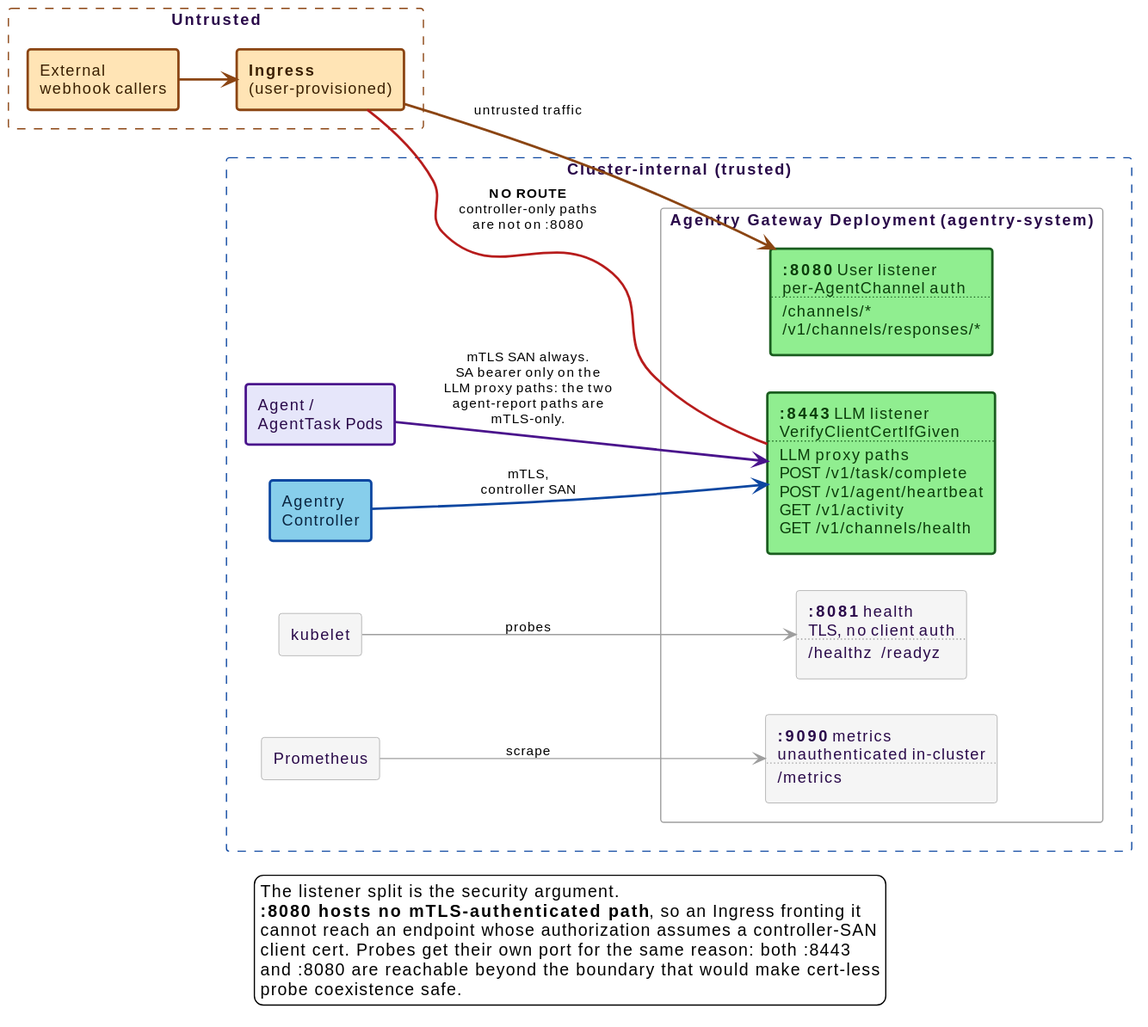
win07xp/kaalm keeps this PlantUML diagram as docs/src/diagrams/gateway-listener-ports.svg. Above is the earlier version. Source of this version:
```plantuml
@startuml
!include _style.puml
left to right direction

rectangle "**Untrusted**" as untrusted #line:8B4513;line.dashed {
  rectangle "External\nwebhook callers" as ext #back:FFE4B5;line:8B4513;line.bold;text:3a1f00
  rectangle "**Ingress**\n(user-provisioned)" as ing #back:FFE4B5;line:8B4513;line.bold;text:3a1f00
}

rectangle "**Cluster-internal (trusted)**" as trusted #line:0D47A1;line.dashed {

  rectangle "Agent /\nAgentTask Pods" as pods #back:E6E6FA;line:4A148C;line.bold;text:2a0a4a
  rectangle "Agentry\nController" as ctrl #back:87CEEB;line:0D47A1;line.bold;text:0a2540
  rectangle "kubelet" as kubelet #back:F5F5F5;line:9E9E9E;text:2a0a4a
  rectangle "Prometheus" as prom #back:F5F5F5;line:9E9E9E;text:2a0a4a

  rectangle "**Agentry Gateway Deployment** (agentry-system)" as gw {
    rectangle "**:8443** LLM listener\nVerifyClientCertIfGiven\n....\nLLM proxy paths\nPOST /v1/task/complete\nPOST /v1/agent/heartbeat\nGET /v1/activity\nGET /v1/channels/health" as p8443 #back:90EE90;line:1B5E20;line.bold;text:0b3d0b
    rectangle "**:8080** User listener\nper-AgentChannel auth\n....\n/channels/*\n/v1/channels/responses/*" as p8080 #back:90EE90;line:1B5E20;line.bold;text:0b3d0b
    rectangle "**:8081** health\nTLS, no client auth\n....\n/healthz  /readyz" as p8081 #back:F5F5F5;line:9E9E9E;text:2a0a4a
    rectangle "**:9090** metrics\nunauthenticated in-cluster\n....\n/metrics" as p9090 #back:F5F5F5;line:9E9E9E;text:2a0a4a
  }
}

ext -[#8B4513,bold]-> ing
ing -[#8B4513,bold]-> p8080 : untrusted traffic
pods -[#4A148C,bold]-> p8443 : mTLS SAN always.\nSA bearer only on the\nLLM proxy paths: the two\nagent-report paths are\nmTLS-only.
ctrl -[#0D47A1,bold]-> p8443 : mTLS,\ncontroller SAN
kubelet -[#9E9E9E]-> p8081 : probes
prom -[#9E9E9E]-> p9090 : scrape

ing .[#B71C1C,bold]. p8443 : **NO ROUTE**\ncontroller-only paths\nare not on :8080

legend bottom
  The listener split is the security argument.
  **:8080 hosts no mTLS-authenticated path**, so an Ingress fronting it
  cannot reach an endpoint whose authorization assumes a controller-SAN
  client cert. Probes get their own port for the same reason: both :8443
  and :8080 are reachable beyond the boundary that would make cert-less
  probe coexistence safe.
endlegend
@enduml
```
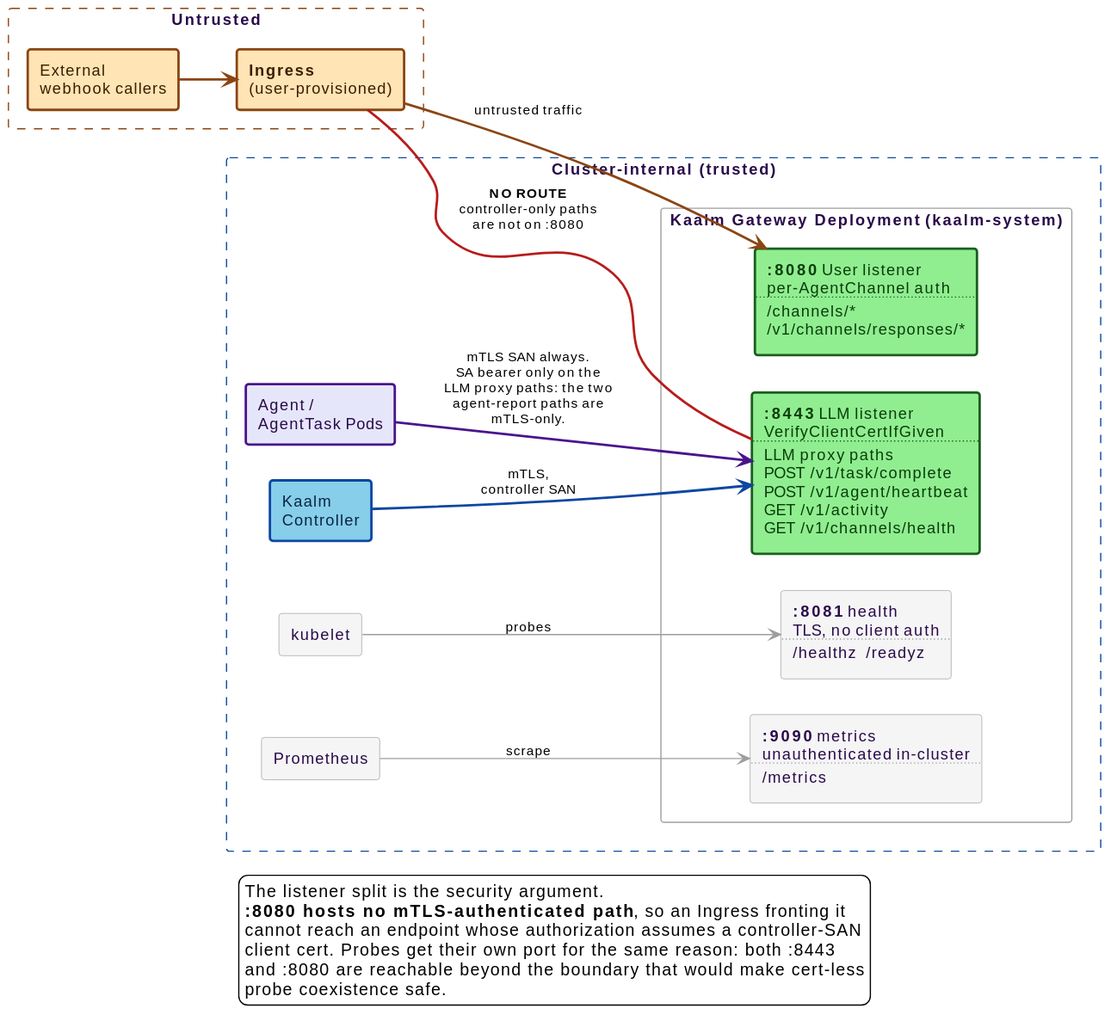
Above is the later version.

Diff of the diagram source:
```diff
@@ -10,11 +10,11 @@
 rectangle "**Cluster-internal (trusted)**" as trusted #line:0D47A1;line.dashed {
 
   rectangle "Agent /\nAgentTask Pods" as pods #back:E6E6FA;line:4A148C;line.bold;text:2a0a4a
-  rectangle "Agentry\nController" as ctrl #back:87CEEB;line:0D47A1;line.bold;text:0a2540
+  rectangle "Kaalm\nController" as ctrl #back:87CEEB;line:0D47A1;line.bold;text:0a2540
   rectangle "kubelet" as kubelet #back:F5F5F5;line:9E9E9E;text:2a0a4a
   rectangle "Prometheus" as prom #back:F5F5F5;line:9E9E9E;text:2a0a4a
 
-  rectangle "**Agentry Gateway Deployment** (agentry-system)" as gw {
+  rectangle "**Kaalm Gateway Deployment** (kaalm-system)" as gw {
     rectangle "**:8443** LLM listener\nVerifyClientCertIfGiven\n....\nLLM proxy paths\nPOST /v1/task/complete\nPOST /v1/agent/heartbeat\nGET /v1/activity\nGET /v1/channels/health" as p8443 #back:90EE90;line:1B5E20;line.bold;text:0b3d0b
     rectangle "**:8080** User listener\nper-AgentChannel auth\n....\n/channels/*\n/v1/channels/responses/*" as p8080 #back:90EE90;line:1B5E20;line.bold;text:0b3d0b
     rectangle "**:8081** health\nTLS, no client auth\n....\n/healthz  /readyz" as p8081 #back:F5F5F5;line:9E9E9E;text:2a0a4a
```
